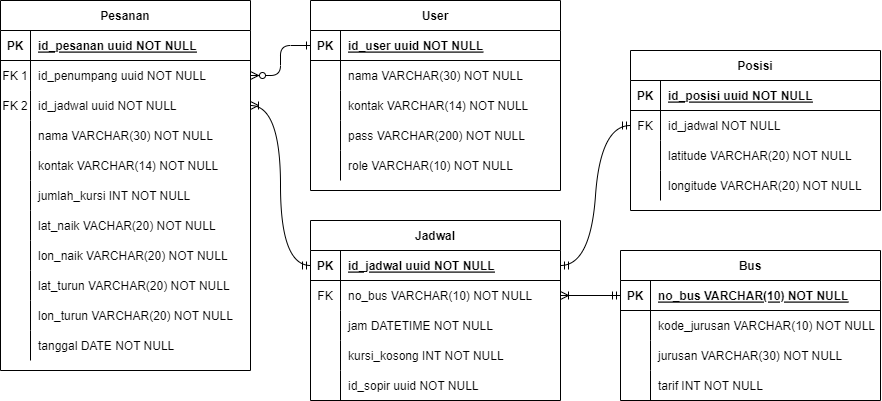
nentinur/IF215007-IF215008 keeps this draw.io diagram as ERD-gobus.drawio.png. Above is the earlier version. Source tidied: cells renumbered, new cells last; positions are measured from the earlier drawing's top-left corner, leaving out a move shared by most shapes.
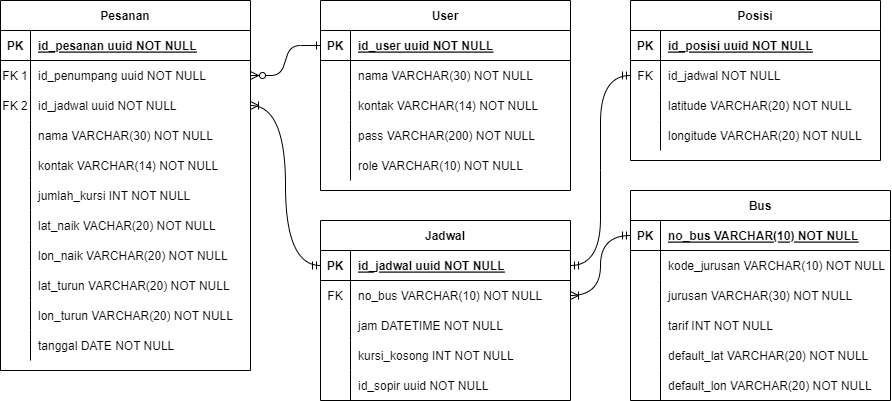
After the commit.

Diff of the diagram source:
```diff
@@ -108,7 +108,7 @@
       <mxGeometry x="30" width="220" height="30" as="geometry" />
     </mxCell>
     <mxCell id="37" value="Posisi" style="shape=table;startSize=30;rowLines=0;fontStyle=1;align=center;" parent="1" vertex="1">
-      <mxGeometry x="630" y="50" width="250" height="160" as="geometry" />
+      <mxGeometry x="630" width="250" height="160" as="geometry" />
     </mxCell>
     <mxCell id="38" style="shape=partialRectangle;fillColor=none;top=0;left=0;right=0;bottom=1;" parent="37" vertex="1">
       <mxGeometry y="30" width="250" height="30" as="geometry" />
@@ -147,7 +147,7 @@
       <mxGeometry x="30" width="220" height="30" as="geometry" />
     </mxCell>
     <mxCell id="50" value="User" style="shape=table;startSize=30;rowLines=0;fontStyle=1;align=center;" parent="1" vertex="1">
-      <mxGeometry x="310" width="250" height="190" as="geometry" />
+      <mxGeometry x="320" width="250" height="190" as="geometry" />
     </mxCell>
     <mxCell id="51" style="shape=partialRectangle;fillColor=none;points=[[0,0.5],[1,0.5]];portConstraint=eastwest;top=0;left=0;right=0;bottom=1;" parent="50" vertex="1">
       <mxGeometry y="30" width="250" height="30" as="geometry" />
@@ -195,7 +195,7 @@
       <mxGeometry x="30" width="220" height="30" as="geometry" />
     </mxCell>
     <mxCell id="66" value="Jadwal" style="shape=table;startSize=30;rowLines=0;fontStyle=1;align=center;" parent="1" vertex="1">
-      <mxGeometry x="310" y="220" width="250" height="180" as="geometry" />
+      <mxGeometry x="320" y="220" width="250" height="180" as="geometry" />
     </mxCell>
     <mxCell id="67" style="shape=tableRow;horizontal=0;startSize=0;swimlaneHead=0;swimlaneBody=0;fillColor=none;points=[[0,0.5],[1,0.5]];portConstraint=eastwest;top=0;left=0;right=0;bottom=1;" parent="66" vertex="1">
       <mxGeometry y="30" width="250" height="30" as="geometry" />
@@ -243,7 +243,7 @@
       <mxGeometry x="30" width="220" height="30" as="geometry" />
     </mxCell>
     <mxCell id="82" value="Bus" style="shape=table;startSize=30;rowLines=0;fontStyle=1;align=center;" parent="1" vertex="1">
-      <mxGeometry x="620" y="250" width="260" height="150" as="geometry" />
+      <mxGeometry x="630" y="190" width="260" height="210" as="geometry" />
     </mxCell>
     <mxCell id="83" style="shape=tableRow;horizontal=0;startSize=0;swimlaneHead=0;swimlaneBody=0;fillColor=none;points=[[0,0.5],[1,0.5]];portConstraint=eastwest;top=0;left=0;right=0;bottom=1;" parent="82" vertex="1">
       <mxGeometry y="30" width="260" height="30" as="geometry" />
@@ -281,6 +281,24 @@
     <mxCell id="94" value="tarif INT NOT NULL" style="shape=partialRectangle;fillColor=none;top=0;left=0;bottom=0;right=0;align=left;spacingLeft=6;overflow=hidden;" parent="92" vertex="1">
       <mxGeometry x="30" width="230" height="30" as="geometry" />
     </mxCell>
+    <mxCell id="98" style="shape=tableRow;horizontal=0;startSize=0;swimlaneHead=0;swimlaneBody=0;fillColor=none;top=0;left=0;right=0;bottom=0;" parent="82" vertex="1">
+      <mxGeometry y="150" width="260" height="30" as="geometry" />
+    </mxCell>
+    <mxCell id="99" style="shape=partialRectangle;fillColor=none;top=0;left=0;bottom=0;right=0;overflow=hidden;" parent="98" vertex="1">
+      <mxGeometry width="30" height="30" as="geometry" />
+    </mxCell>
+    <mxCell id="100" value="default_lat VARCHAR(20) NOT NULL" style="shape=partialRectangle;fillColor=none;top=0;left=0;bottom=0;right=0;align=left;spacingLeft=6;overflow=hidden;" parent="98" vertex="1">
+      <mxGeometry x="30" width="230" height="30" as="geometry" />
+    </mxCell>
+    <mxCell id="101" style="shape=tableRow;horizontal=0;startSize=0;swimlaneHead=0;swimlaneBody=0;fillColor=none;top=0;left=0;right=0;bottom=0;" parent="82" vertex="1">
+      <mxGeometry y="180" width="260" height="30" as="geometry" />
+    </mxCell>
+    <mxCell id="102" style="shape=partialRectangle;fillColor=none;top=0;left=0;bottom=0;right=0;overflow=hidden;" parent="101" vertex="1">
+      <mxGeometry width="30" height="30" as="geometry" />
+    </mxCell>
+    <mxCell id="103" value="default_lon VARCHAR(20) NOT NULL" style="shape=partialRectangle;fillColor=none;top=0;left=0;bottom=0;right=0;align=left;spacingLeft=6;overflow=hidden;" parent="101" vertex="1">
+      <mxGeometry x="30" width="230" height="30" as="geometry" />
+    </mxCell>
     <mxCell id="95" style="edgeStyle=orthogonalEdgeStyle;fontSize=12;html=1;endArrow=ERoneToMany;startArrow=ERmandOne;rounded=0;exitX=0;exitY=0.5;exitDx=0;exitDy=0;entryX=1;entryY=0.5;entryDx=0;entryDy=0;curved=1;" parent="1" edge="1" source="67" target="10">
       <mxGeometry relative="1" as="geometry" />
     </mxCell>
```
